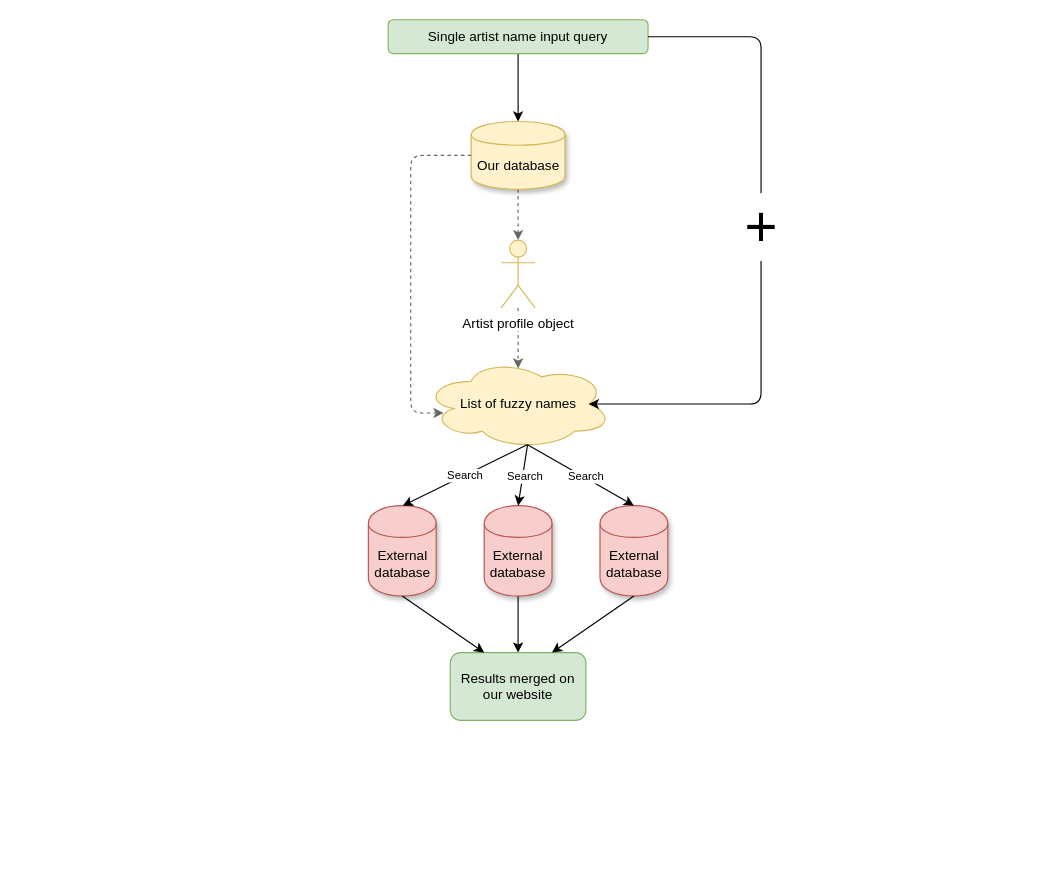
Earlier version of the draw.io diagram Untitled Diagram.drawio (PieterTM/projectimm). Source tidied: cells renumbered, new cells numbered last; positions are measured from the earlier drawing's top-left corner, leaving out a move shared by most shapes. Both pictures are drawn from the tidied source at 113%, with x=0, y=0 at pixel (367, 19).
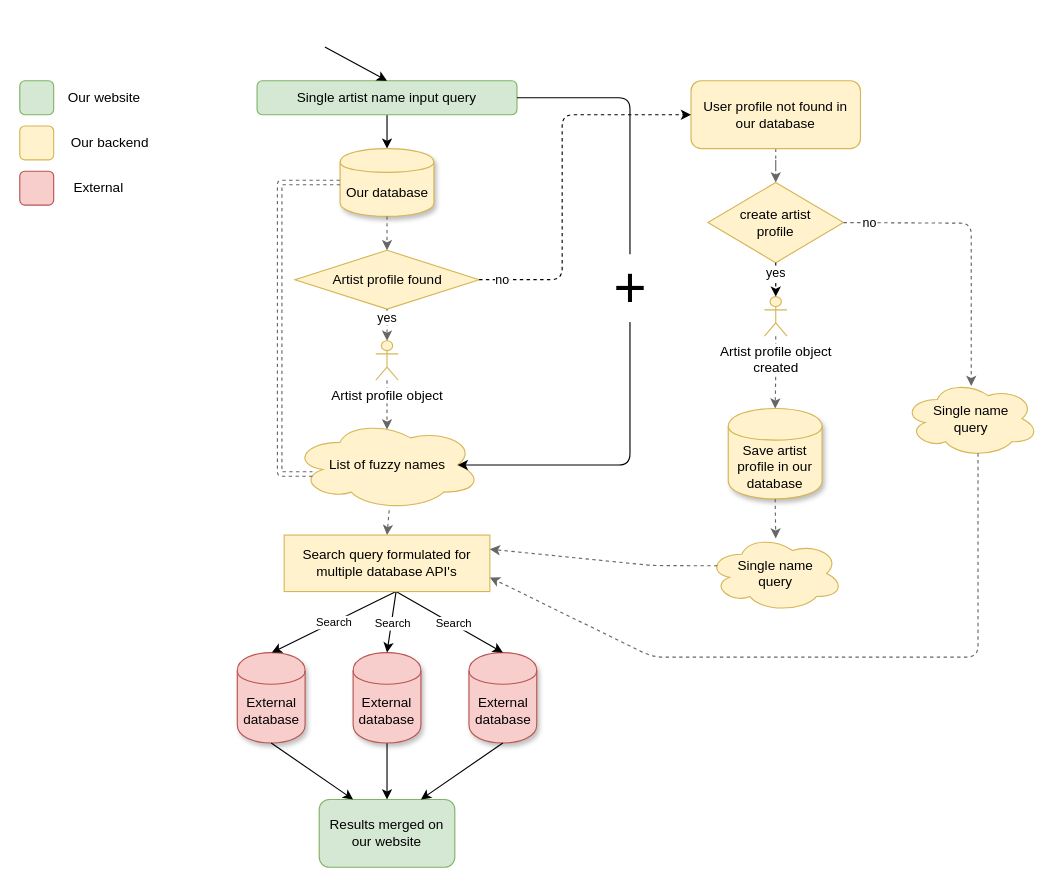
After the change.

Diff of the diagram source:
```diff
@@
     <mxCell id="3" value="Single artist name input query" style="rounded=1;whiteSpace=wrap;html=1;glass=0;shadow=0;fillColor=#d5e8d4;strokeColor=#82b366;" parent="1" vertex="1">
-      <mxGeometry x="18" width="230" height="30" as="geometry" />
+      <mxGeometry x="-98" y="54" width="230" height="30" as="geometry" />
     </mxCell>
-    <mxCell id="4" style="edgeStyle=orthogonalEdgeStyle;rounded=0;jettySize=auto;html=1;dashed=1;fillColor=#f5f5f5;strokeColor=#666666;" parent="1" edge="1" source="5" target="7">
-      <mxGeometry relative="1" as="geometry" />
-    </mxCell>
     <mxCell id="5" value="Our database" style="shape=cylinder;whiteSpace=wrap;html=1;boundedLbl=1;backgroundOutline=1;shadow=1;fillColor=#fff2cc;strokeColor=#d6b656;" parent="1" vertex="1">
-      <mxGeometry x="91.5" y="90" width="83" height="60" as="geometry" />
+      <mxGeometry x="-24.5" y="114" width="83" height="60" as="geometry" />
     </mxCell>
@@
     <mxCell id="7" value="Artist profile object" style="shape=umlActor;verticalLabelPosition=bottom;labelBackgroundColor=#ffffff;verticalAlign=top;html=1;outlineConnect=0;shadow=0;fillColor=#fff2cc;strokeColor=#d6b656;" parent="1" vertex="1">
-      <mxGeometry x="118" y="195" width="30" height="60" as="geometry" />
+      <mxGeometry x="7" y="284" width="20" height="35" as="geometry" />
     </mxCell>
     <mxCell id="8" value="List of fuzzy names" style="ellipse;shape=cloud;whiteSpace=wrap;html=1;fillColor=#fff2cc;strokeColor=#d6b656;" parent="1" vertex="1">
-      <mxGeometry x="49.5" y="300" width="167" height="80" as="geometry" />
+      <mxGeometry x="-66.5" y="354" width="167" height="80" as="geometry" />
     </mxCell>
     <mxCell id="9" value="External database" style="shape=cylinder;whiteSpace=wrap;html=1;boundedLbl=1;backgroundOutline=1;shadow=1;fillColor=#f8cecc;strokeColor=#b85450;" parent="1" vertex="1">
-      <mxGeometry x="0.5" y="430" width="60" height="80" as="geometry" />
+      <mxGeometry x="-115.5" y="560" width="60" height="80" as="geometry" />
     </mxCell>
@@
     <mxCell id="11" value="&lt;span&gt;External database&lt;/span&gt;" style="shape=cylinder;whiteSpace=wrap;html=1;boundedLbl=1;backgroundOutline=1;shadow=1;fillColor=#f8cecc;strokeColor=#b85450;" parent="1" vertex="1">
-      <mxGeometry x="103" y="430" width="60" height="80" as="geometry" />
+      <mxGeometry x="-13" y="560" width="60" height="80" as="geometry" />
     </mxCell>
     <mxCell id="12" value="&lt;span&gt;External database&lt;/span&gt;" style="shape=cylinder;whiteSpace=wrap;html=1;boundedLbl=1;backgroundOutline=1;shadow=1;fillColor=#f8cecc;strokeColor=#b85450;" parent="1" vertex="1">
-      <mxGeometry x="205.5" y="430" width="60" height="80" as="geometry" />
+      <mxGeometry x="89.5" y="560" width="60" height="80" as="geometry" />
     </mxCell>
-    <mxCell id="13" value="Search" style="endArrow=classic;html=1;exitX=0.55;exitY=0.95;exitDx=0;exitDy=0;exitPerimeter=0;entryX=0.5;entryY=0;entryDx=0;entryDy=0;fontSize=10;" parent="1" edge="1">
+    <mxCell id="13" value="Search" style="endArrow=classic;html=1;entryX=0.5;entryY=0;entryDx=0;entryDy=0;fontSize=10;" parent="1" edge="1">
       <mxGeometry relative="1" as="geometry">
-        <mxPoint x="141" y="376" as="sourcePoint" />
-        <mxPoint x="31" y="430" as="targetPoint" />
+        <mxPoint x="25" y="506" as="sourcePoint" />
+        <mxPoint x="-85" y="560" as="targetPoint" />
       </mxGeometry>
     </mxCell>
-    <mxCell id="14" style="endArrow=classic;html=1;exitX=0.55;exitY=0.95;exitDx=0;exitDy=0;exitPerimeter=0;entryX=0.5;entryY=0;entryDx=0;entryDy=0;" parent="1" edge="1" source="8" target="11">
-      <mxGeometry relative="1" as="geometry" />
+    <mxCell id="14" style="endArrow=classic;html=1;exitX=0.55;exitY=0.95;exitDx=0;exitDy=0;exitPerimeter=0;entryX=0.5;entryY=0;entryDx=0;entryDy=0;" parent="1" edge="1" target="11">
+      <mxGeometry relative="1" as="geometry">
+        <mxPoint x="25" y="506" as="sourcePoint" />
+      </mxGeometry>
     </mxCell>
@@
-    <mxCell id="16" style="endArrow=classic;html=1;exitX=0.55;exitY=0.95;exitDx=0;exitDy=0;exitPerimeter=0;entryX=0.5;entryY=0;entryDx=0;entryDy=0;" parent="1" edge="1" source="8" target="12">
-      <mxGeometry relative="1" as="geometry" />
+    <mxCell id="16" style="endArrow=classic;html=1;exitX=0.55;exitY=0.95;exitDx=0;exitDy=0;exitPerimeter=0;entryX=0.5;entryY=0;entryDx=0;entryDy=0;" parent="1" edge="1" target="12">
+      <mxGeometry relative="1" as="geometry">
+        <mxPoint x="25" y="506" as="sourcePoint" />
+      </mxGeometry>
     </mxCell>
@@
     <mxCell id="18" value="&lt;font style=&quot;font-size: 50px&quot;&gt;+&lt;/font&gt;" style="endArrow=classic;html=1;exitX=1;exitY=0.5;exitDx=0;exitDy=0;entryX=0.875;entryY=0.5;entryDx=0;entryDy=0;entryPerimeter=0;" parent="1" edge="1" source="3" target="8">
       <mxGeometry x="-0.07" relative="1" as="geometry">
         <Array as="points">
-          <mxPoint x="348" y="15" />
-          <mxPoint x="348" y="340" />
+          <mxPoint x="232" y="69" />
+          <mxPoint x="232" y="394" />
         </Array>
       </mxGeometry>
     </mxCell>
     <mxCell id="19" value="Results merged on our website" style="rounded=1;whiteSpace=wrap;html=1;fillColor=#d5e8d4;strokeColor=#82b366;" parent="1" vertex="1">
-      <mxGeometry x="73" y="560" width="120" height="60" as="geometry" />
+      <mxGeometry x="-43" y="690" width="120" height="60" as="geometry" />
     </mxCell>
@@
-    <mxCell id="22" style="endArrow=classic;html=1;exitX=0;exitY=0.5;exitDx=0;exitDy=0;entryX=0.105;entryY=0.6;entryDx=0;entryDy=0;entryPerimeter=0;fillColor=#f5f5f5;strokeColor=#666666;dashed=1;" parent="1" edge="1" source="5" target="8">
+    <mxCell id="22" style="endArrow=classic;html=1;exitX=0;exitY=0.5;exitDx=0;exitDy=0;entryX=0.105;entryY=0.6;entryDx=0;entryDy=0;entryPerimeter=0;fillColor=#f5f5f5;strokeColor=#666666;dashed=1;shape=link;" parent="1" edge="1" source="5" target="8">
       <mxGeometry relative="1" as="geometry">
         <Array as="points">
-          <mxPoint x="38" y="120" />
-          <mxPoint x="38" y="348" />
+          <mxPoint x="-78" y="144" />
+          <mxPoint x="-78" y="402" />
         </Array>
       </mxGeometry>
     </mxCell>
+    <mxCell id="23" value="Artist profile found" style="rhombus;whiteSpace=wrap;html=1;fillColor=#fff2cc;strokeColor=#d6b656;" parent="1" vertex="1">
+      <mxGeometry x="-64.5" y="204" width="163" height="52" as="geometry" />
+    </mxCell>
+    <mxCell id="24" style="endArrow=classic;html=1;exitX=0.5;exitY=1;exitDx=0;exitDy=0;entryX=0.5;entryY=0;entryDx=0;entryDy=0;fillColor=#f5f5f5;strokeColor=#666666;dashed=1;" parent="1" edge="1" source="5" target="23">
+      <mxGeometry relative="1" as="geometry" />
+    </mxCell>
+    <mxCell id="25" value="yes" style="endArrow=classic;html=1;exitX=0.5;exitY=1;exitDx=0;exitDy=0;entryX=0.5;entryY=0;entryDx=0;entryDy=0;entryPerimeter=0;dashed=1;fillColor=#f5f5f5;strokeColor=#666666;" parent="1" edge="1" source="23" target="7">
+      <mxGeometry x="-0.43" relative="1" as="geometry" />
+    </mxCell>
+    <mxCell id="26" style="edgeStyle=orthogonalEdgeStyle;rounded=0;jettySize=auto;html=1;dashed=1;fillColor=#f5f5f5;strokeColor=#666666;" parent="1" edge="1" source="27" target="29">
+      <mxGeometry relative="1" as="geometry" />
+    </mxCell>
+    <mxCell id="27" value="User profile not found in our database" style="rounded=1;whiteSpace=wrap;html=1;fillColor=#fff2cc;strokeColor=#d6b656;" parent="1" vertex="1">
+      <mxGeometry x="286" y="54" width="150" height="60" as="geometry" />
+    </mxCell>
+    <mxCell id="28" value="no" style="endArrow=classic;html=1;dashed=1;exitX=1;exitY=0.5;exitDx=0;exitDy=0;entryX=0;entryY=0.5;entryDx=0;entryDy=0;" parent="1" edge="1" source="23" target="27">
+      <mxGeometry x="-0.82" y="-10" relative="1" as="geometry">
+        <Array as="points">
+          <mxPoint x="132" y="230" />
+          <mxPoint x="172" y="230" />
+          <mxPoint x="172" y="84" />
+        </Array>
+        <mxPoint x="-10" y="-10" as="offset" />
+      </mxGeometry>
+    </mxCell>
+    <mxCell id="29" value="create artist profile&lt;br&gt;" style="rhombus;whiteSpace=wrap;html=1;perimeterSpacing=0;spacingLeft=25;spacingRight=25;fillColor=#fff2cc;strokeColor=#d6b656;" parent="1" vertex="1">
+      <mxGeometry x="301" y="144" width="120" height="71" as="geometry" />
+    </mxCell>
+    <mxCell id="30" value="no" style="endArrow=classic;html=1;dashed=1;exitX=1;exitY=0.5;exitDx=0;exitDy=0;entryX=0.5;entryY=0;entryDx=0;entryDy=0;fillColor=#f5f5f5;strokeColor=#666666;" parent="1" edge="1" source="29">
+      <mxGeometry x="-0.82" relative="1" as="geometry">
+        <mxPoint x="534" y="324" as="targetPoint" />
+        <Array as="points">
+          <mxPoint x="534" y="180" />
+        </Array>
+      </mxGeometry>
+    </mxCell>
+    <mxCell id="31" style="edgeStyle=orthogonalEdgeStyle;rounded=0;jettySize=auto;html=1;dashed=1;fillColor=#f5f5f5;strokeColor=#666666;" parent="1" edge="1" source="32" target="33">
+      <mxGeometry relative="1" as="geometry" />
+    </mxCell>
+    <mxCell id="32" value="Artist profile object&lt;br&gt;created" style="shape=umlActor;verticalLabelPosition=bottom;labelBackgroundColor=#ffffff;verticalAlign=top;html=1;outlineConnect=0;shadow=0;fillColor=#fff2cc;strokeColor=#d6b656;" parent="1" vertex="1">
+      <mxGeometry x="351" y="245" width="20" height="35" as="geometry" />
+    </mxCell>
+    <mxCell id="33" value="Save artist profile in our database" style="shape=cylinder;whiteSpace=wrap;html=1;boundedLbl=1;backgroundOutline=1;shadow=1;fillColor=#fff2cc;strokeColor=#d6b656;" parent="1" vertex="1">
+      <mxGeometry x="319" y="344" width="83" height="80" as="geometry" />
+    </mxCell>
+    <mxCell id="34" value="yes" style="endArrow=classic;html=1;dashed=1;exitX=0.5;exitY=1;exitDx=0;exitDy=0;entryX=0.5;entryY=0;entryDx=0;entryDy=0;entryPerimeter=0;" parent="1" edge="1" source="29" target="32">
+      <mxGeometry x="-0.4" relative="1" as="geometry" />
+    </mxCell>
+    <mxCell id="35" style="endArrow=classic;html=1;entryX=0.5;entryY=0;entryDx=0;entryDy=0;" parent="1" edge="1" target="3">
+      <mxGeometry relative="1" as="geometry">
+        <mxPoint x="-38" y="24" as="sourcePoint" />
+      </mxGeometry>
+    </mxCell>
+    <mxCell id="36" style="endArrow=classic;html=1;exitX=0.5;exitY=1;exitDx=0;exitDy=0;entryX=0.5;entryY=0;entryDx=0;entryDy=0;dashed=1;fillColor=#f5f5f5;strokeColor=#666666;" parent="1" edge="1" source="33">
+      <mxGeometry relative="1" as="geometry">
+        <mxPoint x="361" y="459" as="targetPoint" />
+      </mxGeometry>
+    </mxCell>
+    <mxCell id="37" value="Search query formulated for multiple database API's" style="rounded=0;whiteSpace=wrap;html=1;fillColor=#fff2cc;strokeColor=#d6b656;" parent="1" vertex="1">
+      <mxGeometry x="-74" y="456" width="182" height="50" as="geometry" />
+    </mxCell>
+    <mxCell id="38" style="endArrow=classic;html=1;dashed=1;entryX=0.5;entryY=0;entryDx=0;entryDy=0;fillColor=#f5f5f5;strokeColor=#666666;" parent="1" edge="1" source="8" target="37">
+      <mxGeometry relative="1" as="geometry" />
+    </mxCell>
+    <mxCell id="39" value="Single name&lt;br&gt;query&lt;br&gt;" style="ellipse;shape=cloud;whiteSpace=wrap;html=1;fillColor=#fff2cc;strokeColor=#d6b656;" parent="1" vertex="1">
+      <mxGeometry x="301" y="456" width="120" height="68" as="geometry" />
+    </mxCell>
+    <mxCell id="40" value="Single name&lt;br&gt;query&lt;br&gt;" style="ellipse;shape=cloud;whiteSpace=wrap;html=1;fillColor=#fff2cc;strokeColor=#d6b656;" parent="1" vertex="1">
+      <mxGeometry x="474" y="319" width="120" height="68" as="geometry" />
+    </mxCell>
+    <mxCell id="41" style="endArrow=classic;html=1;dashed=1;exitX=0.07;exitY=0.4;exitDx=0;exitDy=0;exitPerimeter=0;entryX=1;entryY=0.25;entryDx=0;entryDy=0;fillColor=#f5f5f5;strokeColor=#666666;" parent="1" edge="1" source="39" target="37">
+      <mxGeometry relative="1" as="geometry">
+        <Array as="points">
+          <mxPoint x="252" y="483" />
+        </Array>
+      </mxGeometry>
+    </mxCell>
+    <mxCell id="42" style="endArrow=classic;html=1;dashed=1;exitX=0.55;exitY=0.95;exitDx=0;exitDy=0;exitPerimeter=0;entryX=1;entryY=0.75;entryDx=0;entryDy=0;fillColor=#f5f5f5;strokeColor=#666666;" parent="1" edge="1" source="40" target="37">
+      <mxGeometry relative="1" as="geometry">
+        <Array as="points">
+          <mxPoint x="540" y="564" />
+          <mxPoint x="252" y="564" />
+        </Array>
+      </mxGeometry>
+    </mxCell>
+    <mxCell id="43" style="rounded=1;whiteSpace=wrap;html=1;fillColor=#d5e8d4;strokeColor=#82b366;" parent="1" vertex="1">
+      <mxGeometry x="-308" y="54" width="30" height="30" as="geometry" />
+    </mxCell>
+    <mxCell id="44" style="rounded=1;whiteSpace=wrap;html=1;fillColor=#fff2cc;strokeColor=#d6b656;" parent="1" vertex="1">
+      <mxGeometry x="-308" y="94" width="30" height="30" as="geometry" />
+    </mxCell>
+    <mxCell id="45" style="rounded=1;whiteSpace=wrap;html=1;fillColor=#f8cecc;strokeColor=#b85450;" parent="1" vertex="1">
+      <mxGeometry x="-308" y="134" width="30" height="30" as="geometry" />
+    </mxCell>
+    <mxCell id="46" value="Our website" style="text;html=1;strokeColor=none;fillColor=none;align=center;verticalAlign=middle;whiteSpace=wrap;rounded=0;" parent="1" vertex="1">
+      <mxGeometry x="-268" y="59" width="70" height="20" as="geometry" />
+    </mxCell>
+    <mxCell id="47" value="Our backend" style="text;html=1;strokeColor=none;fillColor=none;align=center;verticalAlign=middle;whiteSpace=wrap;rounded=0;" parent="1" vertex="1">
+      <mxGeometry x="-268" y="99" width="80" height="20" as="geometry" />
+    </mxCell>
+    <mxCell id="48" value="External" style="text;html=1;strokeColor=none;fillColor=none;align=center;verticalAlign=middle;whiteSpace=wrap;rounded=0;" parent="1" vertex="1">
+      <mxGeometry x="-268" y="139" width="60" height="20" as="geometry" />
+    </mxCell>
```
